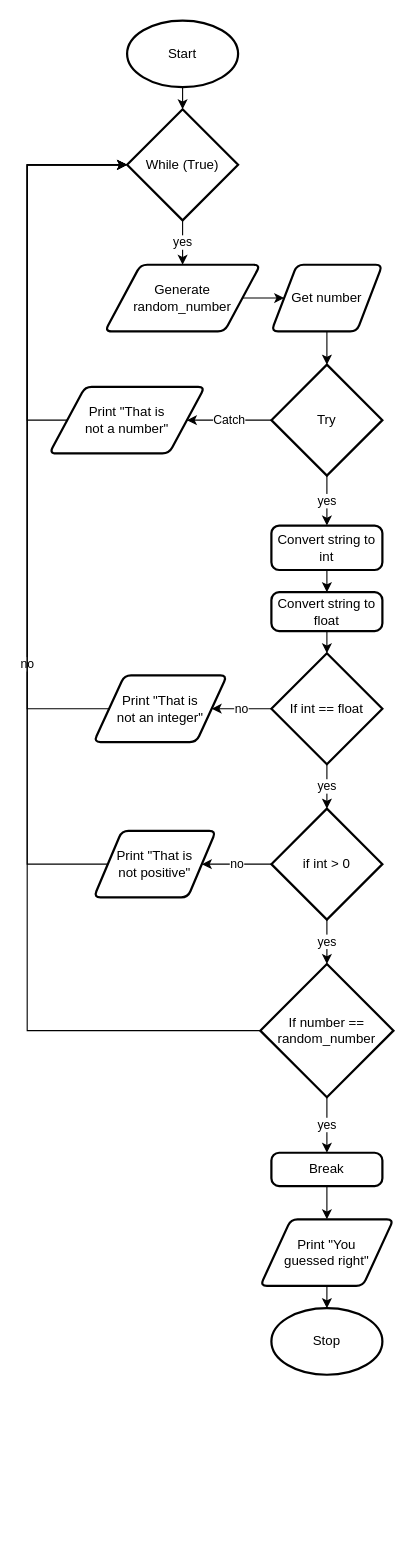
Above: .flowchart.drawio in Miguel-Santacruz/ICS3U-Unit4-04-Python (draw.io), before the change. Source tidied: cells renumbered, new cells numbered last; positions are measured from the earlier drawing's top-left corner, leaving out a move shared by most shapes. Both pictures are drawn from the tidied source at 111%, with x=0, y=0 at pixel (27, 20).
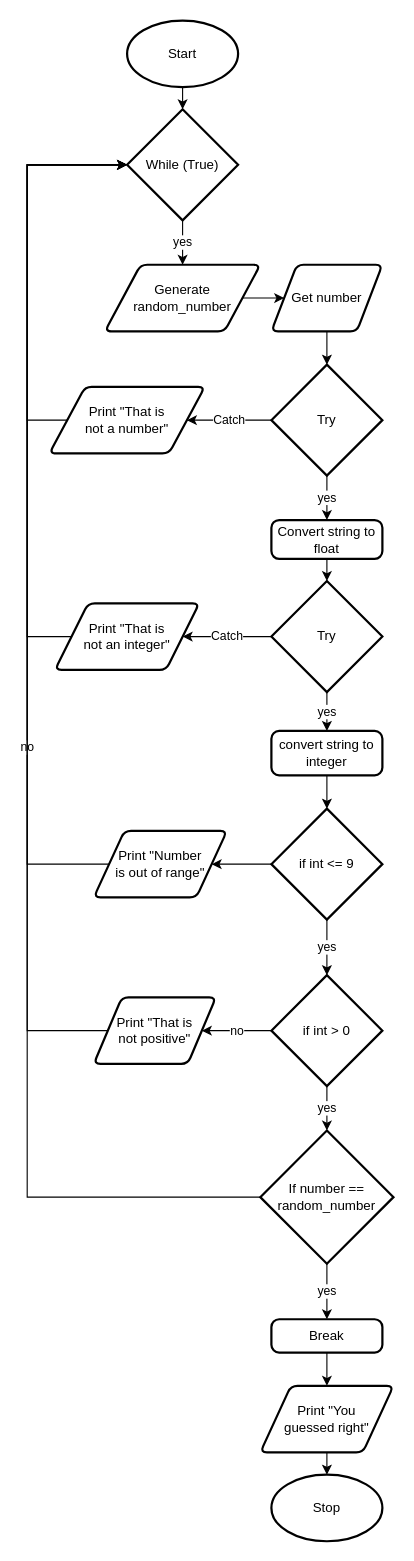
The same page after the edit.

Unchanged cells that the change refers to:
```xml
<mxCell id="5" value="While (True)" style="strokeWidth=2;html=1;shape=mxgraph.flowchart.decision;whiteSpace=wrap;" parent="1" vertex="1">
  <mxGeometry x="90" y="80" width="100" height="100" as="geometry" />
</mxCell>
<mxCell id="17" value="Try" style="strokeWidth=2;html=1;shape=mxgraph.flowchart.decision;whiteSpace=wrap;" parent="1" vertex="1">
  <mxGeometry x="220" y="310" width="100" height="100" as="geometry" />
</mxCell>
```

What changed in the source:
```diff
@@
-    <mxCell id="11" value="no" style="edgeStyle=orthogonalEdgeStyle;html=1;exitX=0;exitY=0.5;exitDx=0;exitDy=0;exitPerimeter=0;entryX=0;entryY=0.5;entryDx=0;entryDy=0;entryPerimeter=0;rounded=0;" parent="1" edge="1" source="12" target="5">
+    <mxCell id="11" value="no" style="edgeStyle=orthogonalEdgeStyle;rounded=0;html=1;exitX=0;exitY=0.5;exitDx=0;exitDy=0;exitPerimeter=0;entryX=0;entryY=0.5;entryDx=0;entryDy=0;entryPerimeter=0;" parent="1" edge="1" source="12" target="5">
       <mxGeometry relative="1" as="geometry">
         <Array as="points">
-          <mxPoint y="910" />
+          <mxPoint y="1060" />
           <mxPoint y="130" />
         </Array>
       </mxGeometry>
     </mxCell>
     <mxCell id="12" value="If number == random_number" style="strokeWidth=2;html=1;shape=mxgraph.flowchart.decision;whiteSpace=wrap;" parent="1" vertex="1">
-      <mxGeometry x="210" y="850" width="120" height="120" as="geometry" />
+      <mxGeometry x="210" y="1000" width="120" height="120" as="geometry" />
     </mxCell>
@@
     <mxCell id="14" value="Break" style="rounded=1;whiteSpace=wrap;html=1;absoluteArcSize=1;arcSize=14;strokeWidth=2;" parent="1" vertex="1">
-      <mxGeometry x="220" y="1020" width="100" height="30" as="geometry" />
+      <mxGeometry x="220" y="1170" width="100" height="30" as="geometry" />
     </mxCell>
-    <mxCell id="15" value="yes" style="edgeStyle=orthogonalEdgeStyle;rounded=0;html=1;exitX=0.5;exitY=1;exitDx=0;exitDy=0;exitPerimeter=0;entryX=0.5;entryY=0;entryDx=0;entryDy=0;" parent="1" edge="1" source="17" target="19">
-      <mxGeometry relative="1" as="geometry" />
-    </mxCell>
@@
+    <mxCell id="37" value="yes" style="edgeStyle=orthogonalEdgeStyle;rounded=0;html=1;exitX=0.5;exitY=1;exitDx=0;exitDy=0;exitPerimeter=0;entryX=0.5;entryY=0;entryDx=0;entryDy=0;" parent="1" edge="1" source="17" target="21">
+      <mxGeometry relative="1" as="geometry" />
+    </mxCell>
@@
-    <mxCell id="18" style="edgeStyle=orthogonalEdgeStyle;rounded=0;html=1;exitX=0.5;exitY=1;exitDx=0;exitDy=0;entryX=0.5;entryY=0;entryDx=0;entryDy=0;" parent="1" edge="1" source="19" target="21">
-      <mxGeometry relative="1" as="geometry" />
-    </mxCell>
-    <mxCell id="19" value="Convert string to int" style="rounded=1;whiteSpace=wrap;html=1;absoluteArcSize=1;arcSize=14;strokeWidth=2;" parent="1" vertex="1">
-      <mxGeometry x="220" y="455" width="100" height="40" as="geometry" />
-    </mxCell>
-    <mxCell id="20" style="edgeStyle=orthogonalEdgeStyle;rounded=0;html=1;exitX=0.5;exitY=1;exitDx=0;exitDy=0;entryX=0.5;entryY=0;entryDx=0;entryDy=0;entryPerimeter=0;" parent="1" edge="1" source="21" target="24">
-      <mxGeometry relative="1" as="geometry" />
-    </mxCell>
+    <mxCell id="38" style="edgeStyle=orthogonalEdgeStyle;rounded=0;html=1;exitX=0.5;exitY=1;exitDx=0;exitDy=0;entryX=0.5;entryY=0;entryDx=0;entryDy=0;entryPerimeter=0;" parent="1" edge="1" source="21" target="41">
+      <mxGeometry relative="1" as="geometry" />
+    </mxCell>
     <mxCell id="21" value="Convert string to float" style="rounded=1;whiteSpace=wrap;html=1;absoluteArcSize=1;arcSize=14;strokeWidth=2;" parent="1" vertex="1">
-      <mxGeometry x="220" y="515" width="100" height="35" as="geometry" />
+      <mxGeometry x="220" y="450" width="100" height="35" as="geometry" />
     </mxCell>
-    <mxCell id="22" value="yes" style="edgeStyle=orthogonalEdgeStyle;rounded=0;html=1;" parent="1" edge="1" source="24" target="27">
-      <mxGeometry relative="1" as="geometry" />
-    </mxCell>
-    <mxCell id="23" value="no" style="edgeStyle=orthogonalEdgeStyle;rounded=0;html=1;" parent="1" edge="1" source="24" target="34">
-      <mxGeometry relative="1" as="geometry" />
-    </mxCell>
-    <mxCell id="24" value="If int == float" style="strokeWidth=2;html=1;shape=mxgraph.flowchart.decision;whiteSpace=wrap;" parent="1" vertex="1">
-      <mxGeometry x="220" y="570" width="100" height="100" as="geometry" />
-    </mxCell>
@@
     <mxCell id="27" value="if int &amp;gt; 0" style="strokeWidth=2;html=1;shape=mxgraph.flowchart.decision;whiteSpace=wrap;direction=south;" parent="1" vertex="1">
-      <mxGeometry x="220" y="710" width="100" height="100" as="geometry" />
+      <mxGeometry x="220" y="860" width="100" height="100" as="geometry" />
     </mxCell>
@@
     <mxCell id="29" value="Print &quot;You&lt;br&gt;guessed right&quot;" style="shape=parallelogram;html=1;strokeWidth=2;perimeter=parallelogramPerimeter;whiteSpace=wrap;rounded=1;arcSize=12;size=0.23;" parent="1" vertex="1">
-      <mxGeometry x="210" y="1080" width="120" height="60" as="geometry" />
+      <mxGeometry x="210" y="1230" width="120" height="60" as="geometry" />
     </mxCell>
     <mxCell id="30" value="Stop" style="strokeWidth=2;html=1;shape=mxgraph.flowchart.start_1;whiteSpace=wrap;" parent="1" vertex="1">
-      <mxGeometry x="220" y="1160" width="100" height="60" as="geometry" />
+      <mxGeometry x="220" y="1310" width="100" height="60" as="geometry" />
     </mxCell>
@@
-    <mxCell id="33" style="edgeStyle=orthogonalEdgeStyle;rounded=0;html=1;exitX=0;exitY=0.5;exitDx=0;exitDy=0;entryX=0;entryY=0.5;entryDx=0;entryDy=0;entryPerimeter=0;" parent="1" edge="1" source="34" target="5">
-      <mxGeometry relative="1" as="geometry">
-        <Array as="points">
-          <mxPoint y="620" />
-          <mxPoint y="130" />
-        </Array>
-      </mxGeometry>
-    </mxCell>
-    <mxCell id="34" value="Print &quot;That is&lt;br&gt;not an integer&quot;" style="shape=parallelogram;html=1;strokeWidth=2;perimeter=parallelogramPerimeter;whiteSpace=wrap;rounded=1;arcSize=12;size=0.23;" parent="1" vertex="1">
-      <mxGeometry x="60" y="590" width="120" height="60" as="geometry" />
-    </mxCell>
     <mxCell id="35" style="edgeStyle=orthogonalEdgeStyle;rounded=0;html=1;exitX=0;exitY=0.5;exitDx=0;exitDy=0;entryX=0;entryY=0.5;entryDx=0;entryDy=0;entryPerimeter=0;" parent="1" edge="1" source="36" target="5">
       <mxGeometry relative="1" as="geometry">
         <Array as="points">
-          <mxPoint y="760" />
+          <mxPoint y="910" />
           <mxPoint y="130" />
         </Array>
       </mxGeometry>
     </mxCell>
     <mxCell id="36" value="Print &quot;That is&lt;br&gt;not positive&quot;" style="shape=parallelogram;html=1;strokeWidth=2;perimeter=parallelogramPerimeter;whiteSpace=wrap;rounded=1;arcSize=12;size=0.23;" parent="1" vertex="1">
-      <mxGeometry x="60" y="730" width="110" height="60" as="geometry" />
+      <mxGeometry x="60" y="880" width="110" height="60" as="geometry" />
     </mxCell>
+    <mxCell id="39" value="yes" style="edgeStyle=orthogonalEdgeStyle;rounded=0;html=1;exitX=0.5;exitY=1;exitDx=0;exitDy=0;exitPerimeter=0;entryX=0.5;entryY=0;entryDx=0;entryDy=0;" parent="1" edge="1" source="41" target="43">
+      <mxGeometry relative="1" as="geometry" />
+    </mxCell>
+    <mxCell id="40" value="Catch" style="edgeStyle=orthogonalEdgeStyle;rounded=0;html=1;" parent="1" edge="1" source="41" target="34">
+      <mxGeometry relative="1" as="geometry" />
+    </mxCell>
+    <mxCell id="41" value="Try" style="strokeWidth=2;html=1;shape=mxgraph.flowchart.decision;whiteSpace=wrap;" parent="1" vertex="1">
+      <mxGeometry x="220" y="505" width="100" height="100" as="geometry" />
+    </mxCell>
+    <mxCell id="42" style="edgeStyle=orthogonalEdgeStyle;rounded=0;html=1;exitX=0.5;exitY=1;exitDx=0;exitDy=0;entryX=0.5;entryY=0;entryDx=0;entryDy=0;entryPerimeter=0;" parent="1" edge="1" source="43">
+      <mxGeometry relative="1" as="geometry">
+        <mxPoint x="270" y="710" as="targetPoint" />
+      </mxGeometry>
+    </mxCell>
+    <mxCell id="43" value="convert string to integer" style="rounded=1;whiteSpace=wrap;html=1;absoluteArcSize=1;arcSize=14;strokeWidth=2;" parent="1" vertex="1">
+      <mxGeometry x="220" y="640" width="100" height="40" as="geometry" />
+    </mxCell>
+    <mxCell id="44" style="edgeStyle=orthogonalEdgeStyle;rounded=0;html=1;exitX=0;exitY=0.5;exitDx=0;exitDy=0;" parent="1" edge="1" source="34">
+      <mxGeometry relative="1" as="geometry">
+        <mxPoint x="90" y="130" as="targetPoint" />
+        <Array as="points">
+          <mxPoint y="555" />
+          <mxPoint y="130" />
+        </Array>
+      </mxGeometry>
+    </mxCell>
+    <mxCell id="34" value="Print &quot;That is&lt;br&gt;not an integer&quot;" style="shape=parallelogram;html=1;strokeWidth=2;perimeter=parallelogramPerimeter;whiteSpace=wrap;rounded=1;arcSize=12;size=0.23;" parent="1" vertex="1">
+      <mxGeometry x="25" y="525" width="130" height="60" as="geometry" />
+    </mxCell>
+    <mxCell id="22" value="yes" style="edgeStyle=orthogonalEdgeStyle;rounded=0;html=1;" parent="1" edge="1" source="46" target="27">
+      <mxGeometry relative="1" as="geometry" />
+    </mxCell>
+    <mxCell id="45" style="edgeStyle=orthogonalEdgeStyle;rounded=0;html=1;exitX=0;exitY=0.5;exitDx=0;exitDy=0;exitPerimeter=0;entryX=1;entryY=0.5;entryDx=0;entryDy=0;" parent="1" edge="1" source="46" target="48">
+      <mxGeometry relative="1" as="geometry" />
+    </mxCell>
+    <mxCell id="46" value="if int &amp;lt;= 9" style="strokeWidth=2;html=1;shape=mxgraph.flowchart.decision;whiteSpace=wrap;" parent="1" vertex="1">
+      <mxGeometry x="220" y="710" width="100" height="100" as="geometry" />
+    </mxCell>
+    <mxCell id="47" style="edgeStyle=orthogonalEdgeStyle;rounded=0;html=1;exitX=0;exitY=0.5;exitDx=0;exitDy=0;" parent="1" edge="1" source="48">
+      <mxGeometry relative="1" as="geometry">
+        <mxPoint x="90" y="130" as="targetPoint" />
+        <Array as="points">
+          <mxPoint y="760" />
+          <mxPoint y="130" />
+        </Array>
+      </mxGeometry>
+    </mxCell>
+    <mxCell id="48" value="Print &quot;Number &lt;br&gt;is out of range&quot;" style="shape=parallelogram;html=1;strokeWidth=2;perimeter=parallelogramPerimeter;whiteSpace=wrap;rounded=1;arcSize=12;size=0.23;" parent="1" vertex="1">
+      <mxGeometry x="60" y="730" width="120" height="60" as="geometry" />
+    </mxCell>
```
